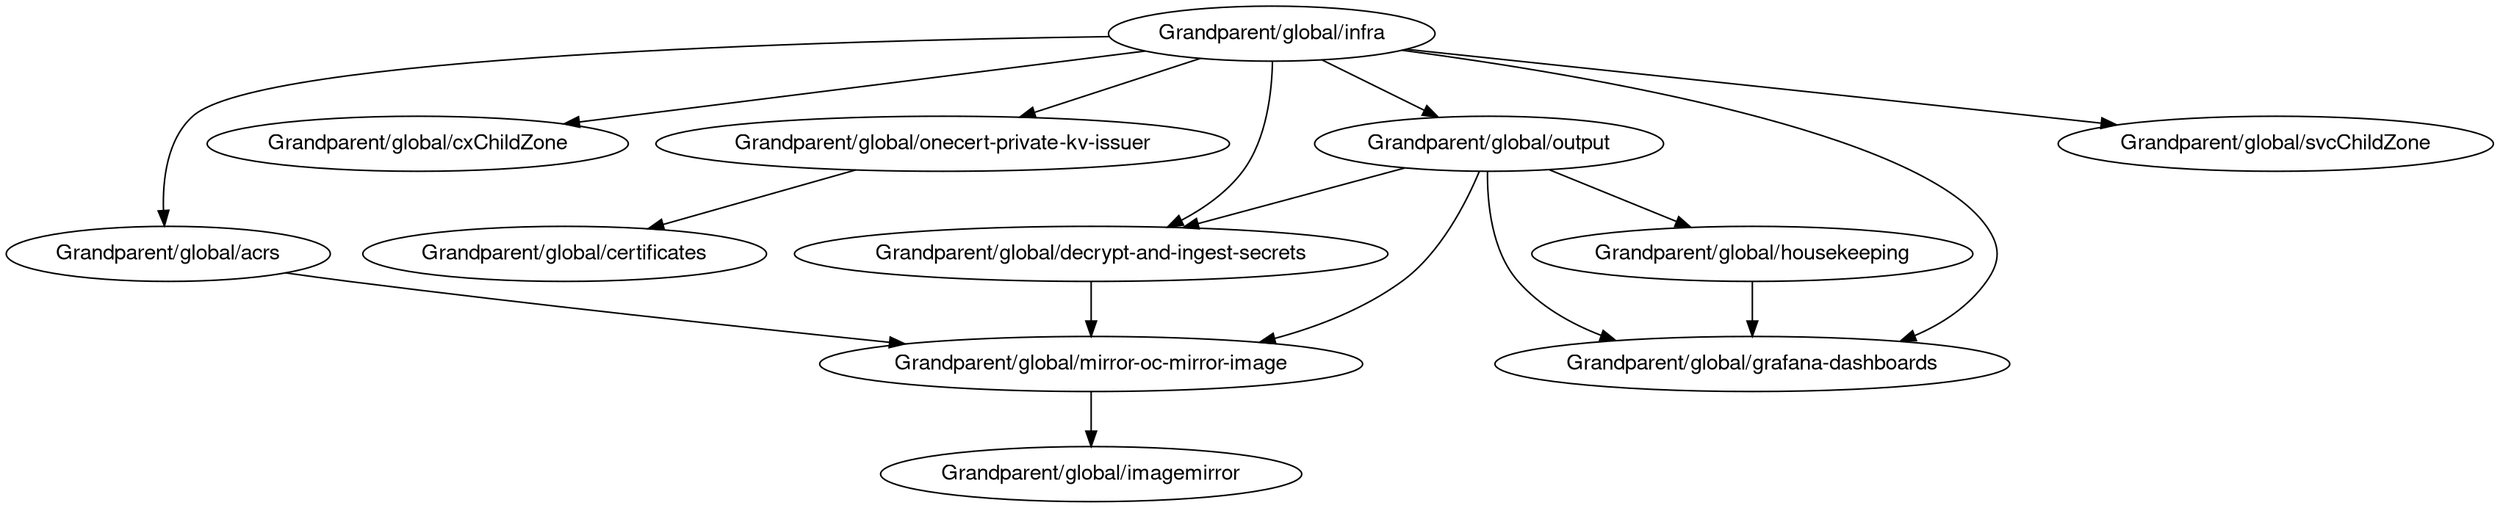
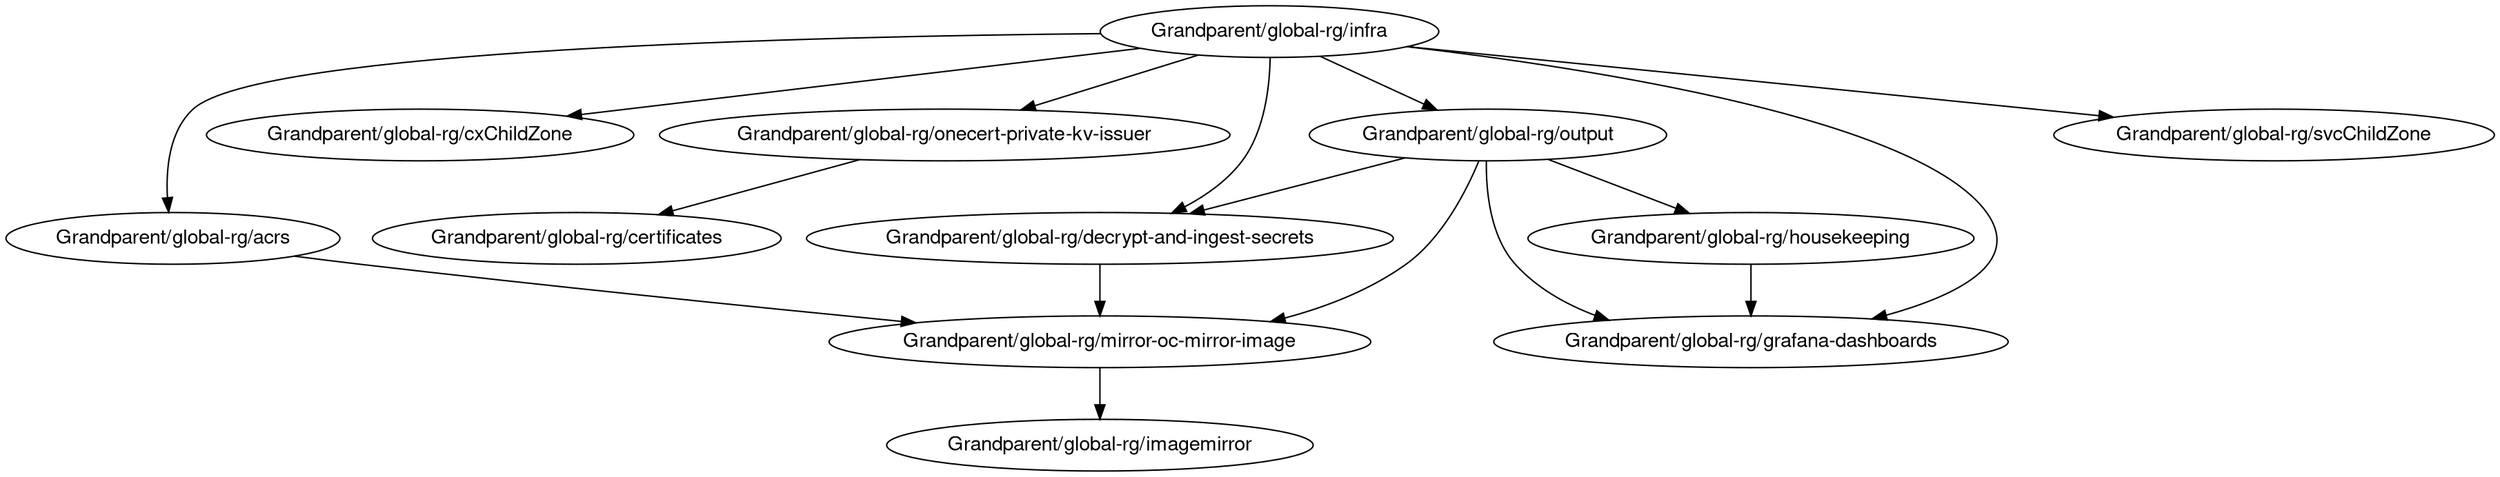
digraph regexp {
 fontname="Helvetica,Arial,sans-serif"
 node [fontname="Helvetica,Arial,sans-serif"]
 edge [fontname="Helvetica,Arial,sans-serif"]
-  "Grandparent_global_acrs" [label="Grandparent/global/acrs"];
+  "Grandparent_global_acrs" [label="Grandparent/global-rg/acrs"];
 "Grandparent_global_acrs" -> "Grandparent_global_mirror-oc-mirror-image";
-  "Grandparent_global_certificates" [label="Grandparent/global/certificates"];
-  "Grandparent_global_cxChildZone" [label="Grandparent/global/cxChildZone"];
-  "Grandparent_global_decrypt-and-ingest-secrets" [label="Grandparent/global/decrypt-and-ingest-secrets"];
+  "Grandparent_global_certificates" [label="Grandparent/global-rg/certificates"];
+  "Grandparent_global_cxChildZone" [label="Grandparent/global-rg/cxChildZone"];
+  "Grandparent_global_decrypt-and-ingest-secrets" [label="Grandparent/global-rg/decrypt-and-ingest-secrets"];
 "Grandparent_global_decrypt-and-ingest-secrets" -> "Grandparent_global_mirror-oc-mirror-image";
-  "Grandparent_global_grafana-dashboards" [label="Grandparent/global/grafana-dashboards"];
-  "Grandparent_global_housekeeping" [label="Grandparent/global/housekeeping"];
+  "Grandparent_global_grafana-dashboards" [label="Grandparent/global-rg/grafana-dashboards"];
+  "Grandparent_global_housekeeping" [label="Grandparent/global-rg/housekeeping"];
 "Grandparent_global_housekeeping" -> "Grandparent_global_grafana-dashboards";
-  "Grandparent_global_imagemirror" [label="Grandparent/global/imagemirror"];
-  "Grandparent_global_infra" [label="Grandparent/global/infra"];
+  "Grandparent_global_imagemirror" [label="Grandparent/global-rg/imagemirror"];
+  "Grandparent_global_infra" [label="Grandparent/global-rg/infra"];
 "Grandparent_global_infra" -> "Grandparent_global_acrs";
 "Grandparent_global_infra" -> "Grandparent_global_cxChildZone";
 "Grandparent_global_infra" -> "Grandparent_global_decrypt-and-ingest-secrets";
 "Grandparent_global_infra" -> "Grandparent_global_grafana-dashboards";
 "Grandparent_global_infra" -> "Grandparent_global_onecert-private-kv-issuer";
 "Grandparent_global_infra" -> "Grandparent_global_output";
 "Grandparent_global_infra" -> "Grandparent_global_svcChildZone";
-  "Grandparent_global_mirror-oc-mirror-image" [label="Grandparent/global/mirror-oc-mirror-image"];
+  "Grandparent_global_mirror-oc-mirror-image" [label="Grandparent/global-rg/mirror-oc-mirror-image"];
 "Grandparent_global_mirror-oc-mirror-image" -> "Grandparent_global_imagemirror";
-  "Grandparent_global_onecert-private-kv-issuer" [label="Grandparent/global/onecert-private-kv-issuer"];
+  "Grandparent_global_onecert-private-kv-issuer" [label="Grandparent/global-rg/onecert-private-kv-issuer"];
 "Grandparent_global_onecert-private-kv-issuer" -> "Grandparent_global_certificates";
-  "Grandparent_global_output" [label="Grandparent/global/output"];
+  "Grandparent_global_output" [label="Grandparent/global-rg/output"];
 "Grandparent_global_output" -> "Grandparent_global_decrypt-and-ingest-secrets";
 "Grandparent_global_output" -> "Grandparent_global_grafana-dashboards";
 "Grandparent_global_output" -> "Grandparent_global_housekeeping";
 "Grandparent_global_output" -> "Grandparent_global_mirror-oc-mirror-image";
-  "Grandparent_global_svcChildZone" [label="Grandparent/global/svcChildZone"];
+  "Grandparent_global_svcChildZone" [label="Grandparent/global-rg/svcChildZone"];
}